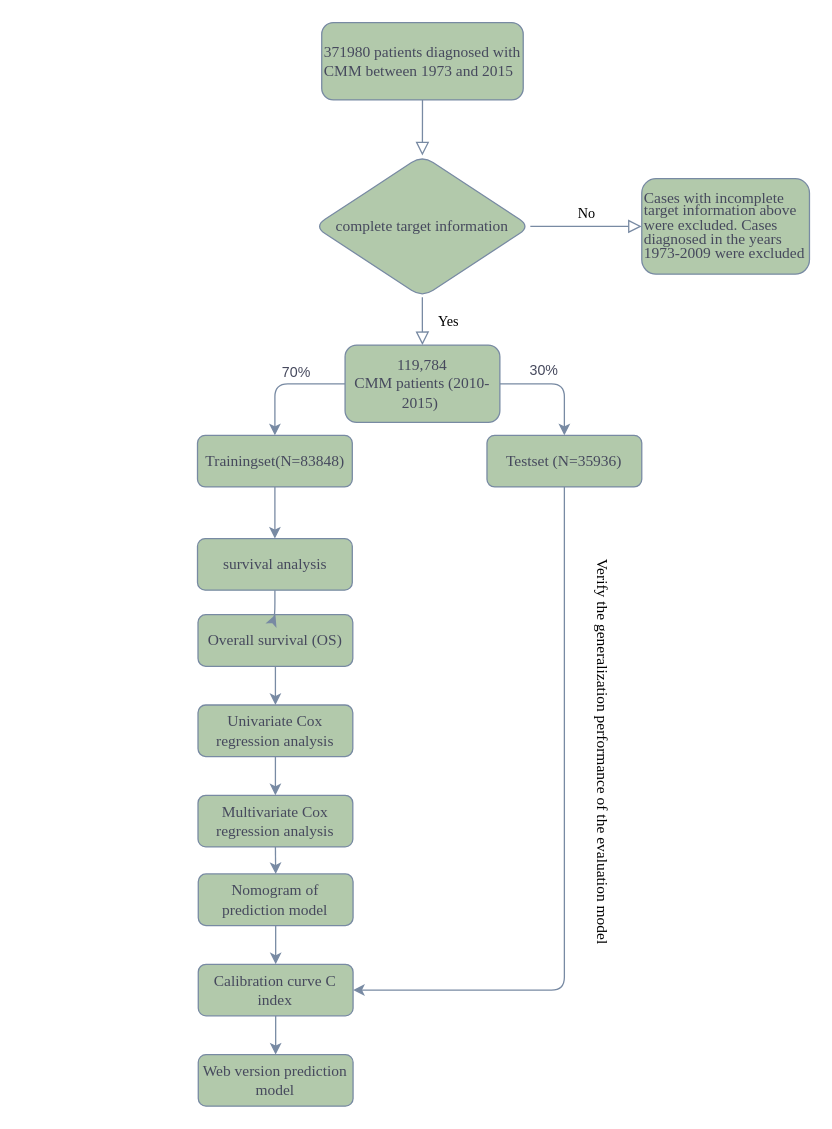
Above: 未命名绘图.drawio in pifu-dabai/R-yuyan (draw.io), before the change. Source tidied: cells renumbered, new cells numbered last; positions are measured from the earlier drawing's top-left corner, leaving out a move shared by most shapes. Both pictures are drawn from the tidied source at 129%, with x=0, y=0 at pixel (22, 22).
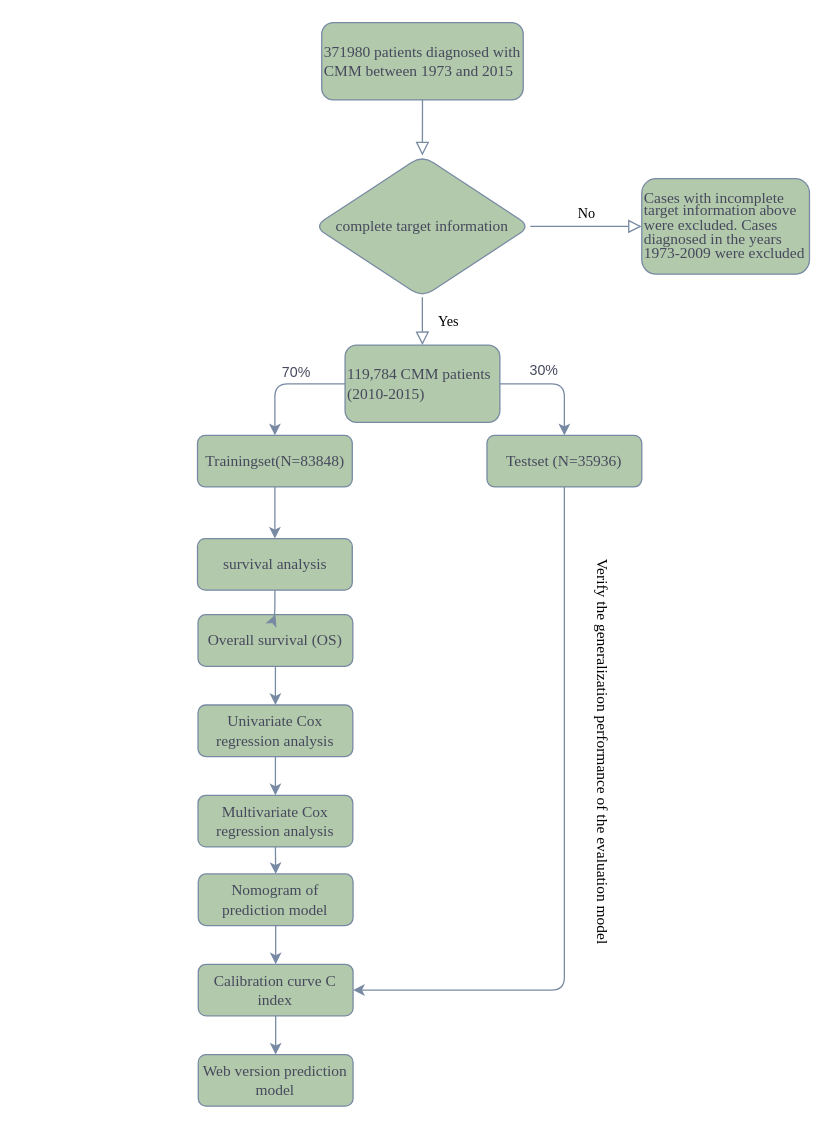
The same page after the edit.

The edit, as a diff of the source:
```diff
@@
-    <mxCell id="15" value="&lt;a style=&quot;border-color: var(--border-color);&quot; name=&quot;_Hlk91579630&quot;&gt;119,784&lt;br style=&quot;border-color: var(--border-color);&quot;&gt;CMM patients (2010-2015)&amp;nbsp;&lt;/a&gt;" style="rounded=1;whiteSpace=wrap;html=1;fontFamily=Times New Roman;labelBackgroundColor=none;fillColor=#B2C9AB;strokeColor=#788AA3;fontColor=#46495D;" parent="1" vertex="1">
+    <mxCell id="15" value="&lt;a style=&quot;border-color: var(--border-color);&quot; name=&quot;_Hlk91579630&quot;&gt;119,784 CMM patients (2010-2015)&amp;nbsp;&lt;/a&gt;" style="rounded=1;whiteSpace=wrap;html=1;fontFamily=Times New Roman;labelBackgroundColor=none;fillColor=#B2C9AB;strokeColor=#788AA3;fontColor=#46495D;align=left;" parent="1" vertex="1">
       <mxGeometry x="250" y="250" width="120" height="60" as="geometry" />
     </mxCell>
```
